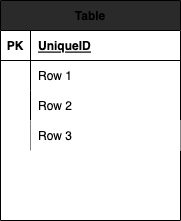
The draw.io diagram tweet.drawio.png in yuma-matsui/fjord_draft, before a commit. Source tidied: cells renumbered, new cells last; positions are measured from the earlier drawing's top-left corner, leaving out a move shared by most shapes.
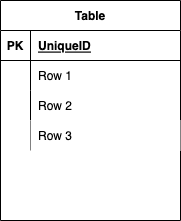
The same file after the commit.

Change to the diagram source:
```diff
@@ -2,7 +2,7 @@
   <root>
     <mxCell id="0" />
     <mxCell id="1" parent="0" />
-    <mxCell id="2" value="Table" style="shape=table;startSize=30;rowLines=0;fontStyle=1;align=center;swimlaneFillColor=default;fillColor=#2A2A2A;" parent="1" vertex="1">
+    <mxCell id="2" value="Table" style="shape=table;startSize=30;rowLines=0;fontStyle=1;align=center;swimlaneFillColor=default;fillColor=none;" parent="1" vertex="1">
       <mxGeometry width="180" height="220" as="geometry" />
     </mxCell>
     <mxCell id="3" style="shape=partialRectangle;fillColor=none;top=0;left=0;bottom=1;right=0;" parent="2" vertex="1">
```
